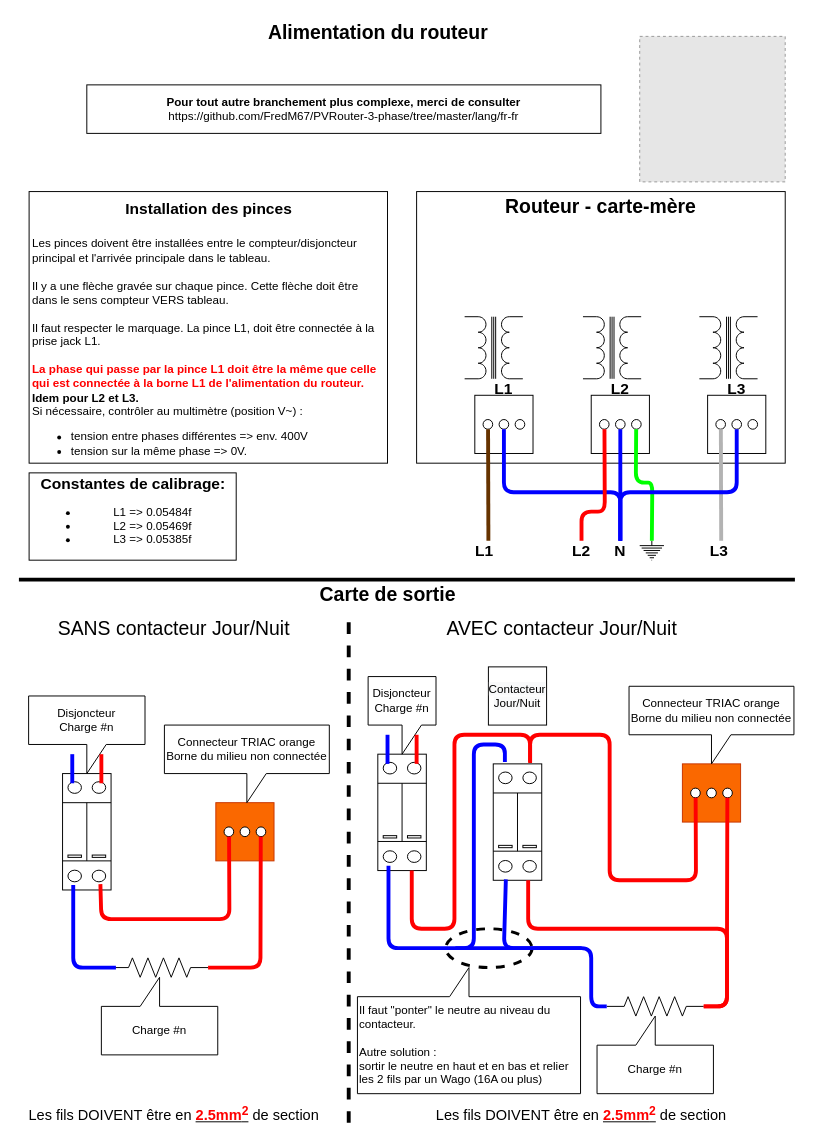
Before: docs/HowToInstall.drawio in FredM67/PVRouter-3-phase, a draw.io diagram. Source tidied: cells renumbered, new cells numbered last; positions are measured from the earlier drawing's top-left corner, leaving out a move shared by most shapes. Both pictures are drawn from the tidied source at 97%, with x=0, y=0 at pixel (18, 16). Pictures stored in the file or linked from it are replaced by grey dashed boxes.
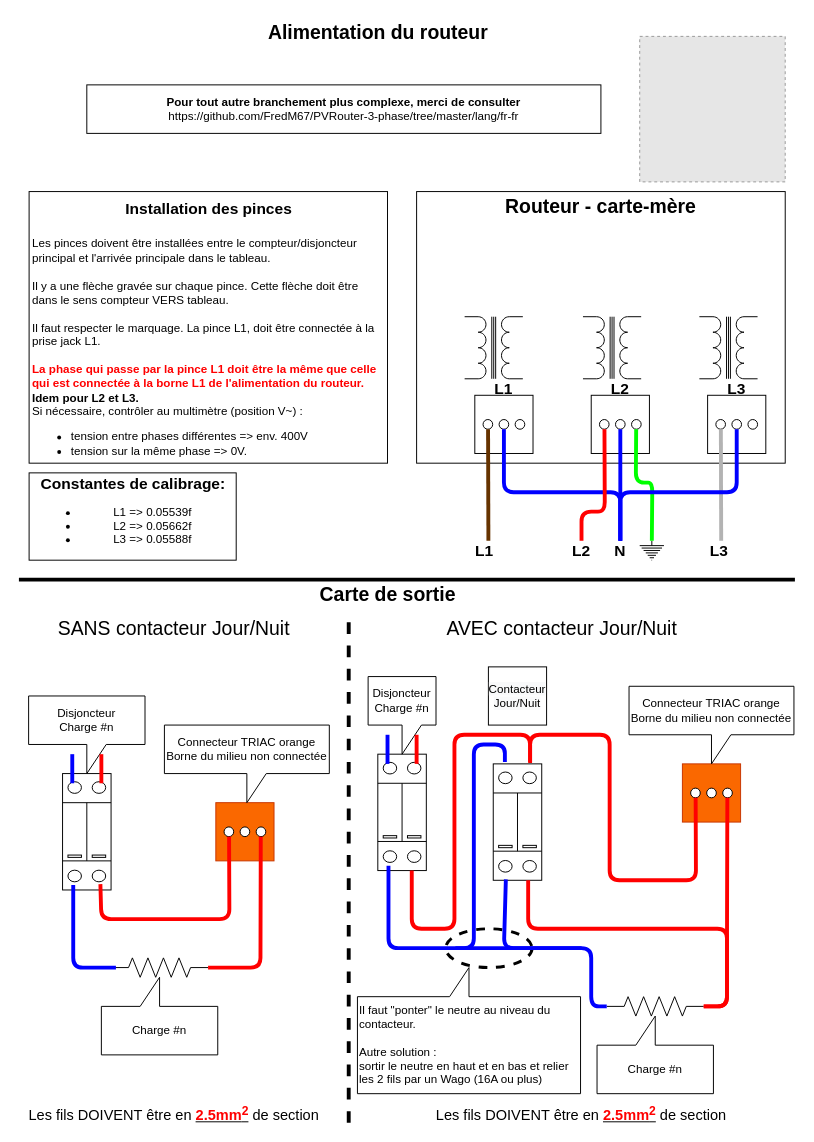
Above is the later version.

Diff of the diagram source:
```diff
@@
-    <mxCell id="2" value="&lt;b&gt;&lt;font style=&quot;font-size: 16px&quot;&gt;Constantes de calibrage:&lt;/font&gt;&lt;/b&gt;&lt;br&gt;&lt;ul&gt;&lt;li&gt;&lt;span&gt;L1 =&amp;gt;&amp;nbsp;&lt;/span&gt;0.05484f&lt;br&gt;&lt;/li&gt;&lt;li&gt;L2 =&amp;gt; 0.05469f&lt;br&gt;&lt;/li&gt;&lt;li&gt;L3 =&amp;gt; 0.05385f&lt;br&gt;&lt;/li&gt;&lt;/ul&gt;" style="rounded=0;whiteSpace=wrap;html=1;" parent="1" vertex="1">
+    <mxCell id="2" value="&lt;b&gt;&lt;font style=&quot;font-size: 16px&quot;&gt;Constantes de calibrage:&lt;/font&gt;&lt;/b&gt;&lt;br&gt;&lt;ul&gt;&lt;li&gt;&lt;span&gt;L1 =&amp;gt;&amp;nbsp;&lt;/span&gt;0.05539f&lt;/li&gt;&lt;li&gt;L2 =&amp;gt; 0.05662f&lt;/li&gt;&lt;li&gt;L3 =&amp;gt; 0.05588f&lt;/li&gt;&lt;/ul&gt;" style="rounded=0;whiteSpace=wrap;html=1;" parent="1" vertex="1">
       <mxGeometry x="10.5" y="470" width="213.5" height="90" as="geometry" />
     </mxCell>
```
